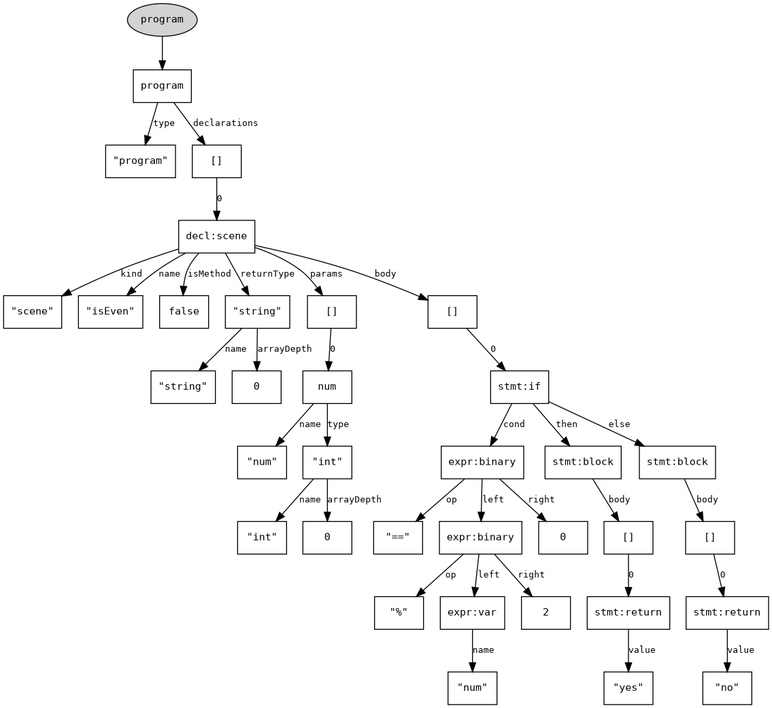
Before: ast.png, a diagram exported from Graphviz (LazarBojanic/absolutecinema). Its source is kept beside it as ast.dot. Its diagram source:
```dot
digraph AST {
  node [shape=box, fontname=Courier, fontsize=11];
  edge [fontname=Courier, fontsize=10];
  rankdir=TB;
  n0 [label="program"];
  n1 [label="\"program\""];
  n0 -> n1 [label="type"];
  n2 [label="[]"];
  n3 [label="decl:scene"];
  n4 [label="\"scene\""];
  n3 -> n4 [label="kind"];
  n5 [label="\"isEven\""];
  n3 -> n5 [label="name"];
  n6 [label="false"];
  n3 -> n6 [label="isMethod"];
  n7 [label="\"string\""];
  n8 [label="\"string\""];
  n7 -> n8 [label="name"];
  n9 [label="0"];
  n7 -> n9 [label="arrayDepth"];
  n3 -> n7 [label="returnType"];
  n10 [label="[]"];
  n11 [label="num"];
  n12 [label="\"num\""];
  n11 -> n12 [label="name"];
  n13 [label="\"int\""];
  n14 [label="\"int\""];
  n13 -> n14 [label="name"];
  n15 [label="0"];
  n13 -> n15 [label="arrayDepth"];
  n11 -> n13 [label="type"];
  n10 -> n11 [label="0"];
  n3 -> n10 [label="params"];
  n16 [label="[]"];
  n17 [label="stmt:if"];
  n18 [label="expr:binary"];
  n19 [label="\"==\""];
  n18 -> n19 [label="op"];
  n20 [label="expr:binary"];
  n21 [label="\"%\""];
  n20 -> n21 [label="op"];
  n22 [label="expr:var"];
  n23 [label="\"num\""];
  n22 -> n23 [label="name"];
  n20 -> n22 [label="left"];
  n24 [label="2"];
  n20 -> n24 [label="right"];
  n18 -> n20 [label="left"];
  n25 [label="0"];
  n18 -> n25 [label="right"];
  n17 -> n18 [label="cond"];
  n26 [label="stmt:block"];
  n27 [label="[]"];
  n28 [label="stmt:return"];
  n29 [label="\"yes\""];
  n28 -> n29 [label="value"];
  n27 -> n28 [label="0"];
  n26 -> n27 [label="body"];
  n17 -> n26 [label="then"];
  n30 [label="stmt:block"];
  n31 [label="[]"];
  n32 [label="stmt:return"];
  n33 [label="\"no\""];
  n32 -> n33 [label="value"];
  n31 -> n32 [label="0"];
  n30 -> n31 [label="body"];
  n17 -> n30 [label="else"];
  n16 -> n17 [label="0"];
  n3 -> n16 [label="body"];
  n2 -> n3 [label="0"];
  n0 -> n2 [label="declarations"];
  root [label="program", shape=oval, style=filled, fillcolor=lightgray];
  root -> n0;
}
```
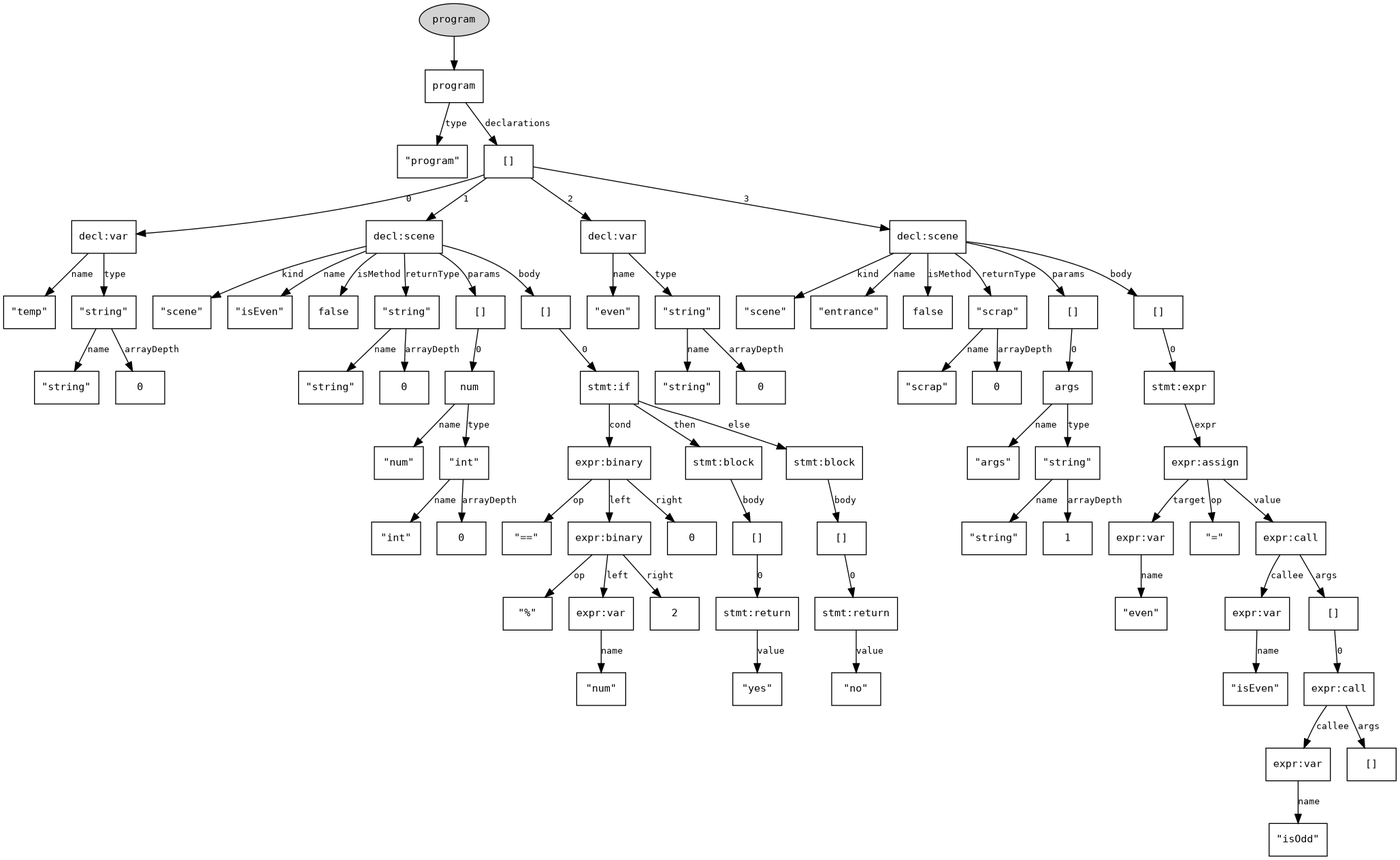
The same diagram one commit later.

Change to the diagram source:
```diff
@@ -6,68 +6,142 @@
   n1 [label="\"program\""];
   n0 -> n1 [label="type"];
   n2 [label="[]"];
-  n3 [label="decl:scene"];
-  n4 [label="\"scene\""];
-  n3 -> n4 [label="kind"];
-  n5 [label="\"isEven\""];
-  n3 -> n5 [label="name"];
-  n6 [label="false"];
-  n3 -> n6 [label="isMethod"];
-  n7 [label="\"string\""];
-  n8 [label="\"string\""];
-  n7 -> n8 [label="name"];
-  n9 [label="0"];
-  n7 -> n9 [label="arrayDepth"];
-  n3 -> n7 [label="returnType"];
-  n10 [label="[]"];
-  n11 [label="num"];
-  n12 [label="\"num\""];
-  n11 -> n12 [label="name"];
-  n13 [label="\"int\""];
-  n14 [label="\"int\""];
-  n13 -> n14 [label="name"];
-  n15 [label="0"];
-  n13 -> n15 [label="arrayDepth"];
-  n11 -> n13 [label="type"];
-  n10 -> n11 [label="0"];
-  n3 -> n10 [label="params"];
-  n16 [label="[]"];
-  n17 [label="stmt:if"];
-  n18 [label="expr:binary"];
-  n19 [label="\"==\""];
-  n18 -> n19 [label="op"];
-  n20 [label="expr:binary"];
-  n21 [label="\"%\""];
-  n20 -> n21 [label="op"];
-  n22 [label="expr:var"];
-  n23 [label="\"num\""];
-  n22 -> n23 [label="name"];
-  n20 -> n22 [label="left"];
-  n24 [label="2"];
-  n20 -> n24 [label="right"];
-  n18 -> n20 [label="left"];
-  n25 [label="0"];
-  n18 -> n25 [label="right"];
-  n17 -> n18 [label="cond"];
-  n26 [label="stmt:block"];
-  n27 [label="[]"];
-  n28 [label="stmt:return"];
-  n29 [label="\"yes\""];
-  n28 -> n29 [label="value"];
-  n27 -> n28 [label="0"];
-  n26 -> n27 [label="body"];
-  n17 -> n26 [label="then"];
-  n30 [label="stmt:block"];
-  n31 [label="[]"];
-  n32 [label="stmt:return"];
-  n33 [label="\"no\""];
-  n32 -> n33 [label="value"];
-  n31 -> n32 [label="0"];
-  n30 -> n31 [label="body"];
-  n17 -> n30 [label="else"];
-  n16 -> n17 [label="0"];
-  n3 -> n16 [label="body"];
+  n3 [label="decl:var"];
+  n4 [label="\"temp\""];
+  n3 -> n4 [label="name"];
+  n5 [label="\"string\""];
+  n6 [label="\"string\""];
+  n5 -> n6 [label="name"];
+  n7 [label="0"];
+  n5 -> n7 [label="arrayDepth"];
+  n3 -> n5 [label="type"];
   n2 -> n3 [label="0"];
+  n8 [label="decl:scene"];
+  n9 [label="\"scene\""];
+  n8 -> n9 [label="kind"];
+  n10 [label="\"isEven\""];
+  n8 -> n10 [label="name"];
+  n11 [label="false"];
+  n8 -> n11 [label="isMethod"];
+  n12 [label="\"string\""];
+  n13 [label="\"string\""];
+  n12 -> n13 [label="name"];
+  n14 [label="0"];
+  n12 -> n14 [label="arrayDepth"];
+  n8 -> n12 [label="returnType"];
+  n15 [label="[]"];
+  n16 [label="num"];
+  n17 [label="\"num\""];
+  n16 -> n17 [label="name"];
+  n18 [label="\"int\""];
+  n19 [label="\"int\""];
+  n18 -> n19 [label="name"];
+  n20 [label="0"];
+  n18 -> n20 [label="arrayDepth"];
+  n16 -> n18 [label="type"];
+  n15 -> n16 [label="0"];
+  n8 -> n15 [label="params"];
+  n21 [label="[]"];
+  n22 [label="stmt:if"];
+  n23 [label="expr:binary"];
+  n24 [label="\"==\""];
+  n23 -> n24 [label="op"];
+  n25 [label="expr:binary"];
+  n26 [label="\"%\""];
+  n25 -> n26 [label="op"];
+  n27 [label="expr:var"];
+  n28 [label="\"num\""];
+  n27 -> n28 [label="name"];
+  n25 -> n27 [label="left"];
+  n29 [label="2"];
+  n25 -> n29 [label="right"];
+  n23 -> n25 [label="left"];
+  n30 [label="0"];
+  n23 -> n30 [label="right"];
+  n22 -> n23 [label="cond"];
+  n31 [label="stmt:block"];
+  n32 [label="[]"];
+  n33 [label="stmt:return"];
+  n34 [label="\"yes\""];
+  n33 -> n34 [label="value"];
+  n32 -> n33 [label="0"];
+  n31 -> n32 [label="body"];
+  n22 -> n31 [label="then"];
+  n35 [label="stmt:block"];
+  n36 [label="[]"];
+  n37 [label="stmt:return"];
+  n38 [label="\"no\""];
+  n37 -> n38 [label="value"];
+  n36 -> n37 [label="0"];
+  n35 -> n36 [label="body"];
+  n22 -> n35 [label="else"];
+  n21 -> n22 [label="0"];
+  n8 -> n21 [label="body"];
+  n2 -> n8 [label="1"];
+  n39 [label="decl:var"];
+  n40 [label="\"even\""];
+  n39 -> n40 [label="name"];
+  n41 [label="\"string\""];
+  n42 [label="\"string\""];
+  n41 -> n42 [label="name"];
+  n43 [label="0"];
+  n41 -> n43 [label="arrayDepth"];
+  n39 -> n41 [label="type"];
+  n2 -> n39 [label="2"];
+  n44 [label="decl:scene"];
+  n45 [label="\"scene\""];
+  n44 -> n45 [label="kind"];
+  n46 [label="\"entrance\""];
+  n44 -> n46 [label="name"];
+  n47 [label="false"];
+  n44 -> n47 [label="isMethod"];
+  n48 [label="\"scrap\""];
+  n49 [label="\"scrap\""];
+  n48 -> n49 [label="name"];
+  n50 [label="0"];
+  n48 -> n50 [label="arrayDepth"];
+  n44 -> n48 [label="returnType"];
+  n51 [label="[]"];
+  n52 [label="args"];
+  n53 [label="\"args\""];
+  n52 -> n53 [label="name"];
+  n54 [label="\"string\""];
+  n55 [label="\"string\""];
+  n54 -> n55 [label="name"];
+  n56 [label="1"];
+  n54 -> n56 [label="arrayDepth"];
+  n52 -> n54 [label="type"];
+  n51 -> n52 [label="0"];
+  n44 -> n51 [label="params"];
+  n57 [label="[]"];
+  n58 [label="stmt:expr"];
+  n59 [label="expr:assign"];
+  n60 [label="expr:var"];
+  n61 [label="\"even\""];
+  n60 -> n61 [label="name"];
+  n59 -> n60 [label="target"];
+  n62 [label="\"=\""];
+  n59 -> n62 [label="op"];
+  n63 [label="expr:call"];
+  n64 [label="expr:var"];
+  n65 [label="\"isEven\""];
+  n64 -> n65 [label="name"];
+  n63 -> n64 [label="callee"];
+  n66 [label="[]"];
+  n67 [label="expr:call"];
+  n68 [label="expr:var"];
+  n69 [label="\"isOdd\""];
+  n68 -> n69 [label="name"];
+  n67 -> n68 [label="callee"];
+  n70 [label="[]"];
+  n67 -> n70 [label="args"];
+  n66 -> n67 [label="0"];
+  n63 -> n66 [label="args"];
+  n59 -> n63 [label="value"];
+  n58 -> n59 [label="expr"];
+  n57 -> n58 [label="0"];
+  n44 -> n57 [label="body"];
+  n2 -> n44 [label="3"];
   n0 -> n2 [label="declarations"];
   root [label="program", shape=oval, style=filled, fillcolor=lightgray];
   root -> n0;
```
